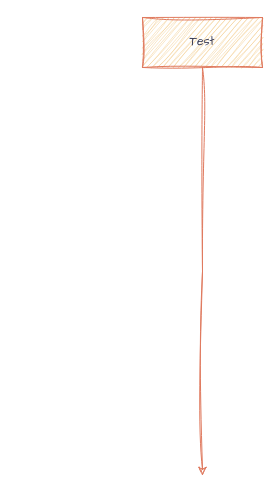
Before: MondayRMMain.drawio in willlogs/mondaycharts, a draw.io diagram. Source tidied: cells renumbered, new cells numbered last; positions are measured from the earlier drawing's top-left corner, leaving out a move shared by most shapes. Both pictures are drawn from the tidied source at 100%, with x=0, y=0 at pixel (142, 17).
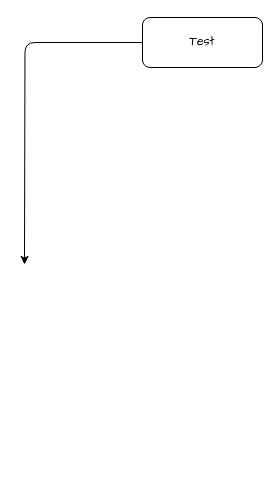
The same page after the edit.

Diff of the diagram source:
```diff
@@
 <mxGraphModel>
   <root>
     <mxCell id="0" />
     <mxCell id="1" parent="0" />
-    <mxCell id="2" style="edgeStyle=orthogonalEdgeStyle;rounded=0;sketch=1;hachureGap=4;jiggle=2;curveFitting=1;jettySize=auto;html=1;fontFamily=Architects Daughter;labelBackgroundColor=none;fontColor=default;strokeColor=#E07A5F;" parent="1" edge="1" source="3">
+    <mxCell id="2" style="edgeStyle=orthogonalEdgeStyle;rounded=1;hachureGap=4;jettySize=auto;html=1;fontFamily=Architects Daughter;labelBackgroundColor=none;fontColor=default;" parent="1" edge="1" source="3">
       <mxGeometry relative="1" as="geometry">
-        <mxPoint x="60" y="458" as="targetPoint" />
+        <mxPoint x="-118" y="247" as="targetPoint" />
       </mxGeometry>
     </mxCell>
-    <mxCell id="3" value="Test" style="rounded=0;whiteSpace=wrap;html=1;sketch=1;hachureGap=4;jiggle=2;curveFitting=1;fontFamily=Architects Daughter;labelBackgroundColor=none;fillColor=#F2CC8F;strokeColor=#E07A5F;fontColor=#393C56;" parent="1" vertex="1">
+    <mxCell id="3" value="Test" style="rounded=1;whiteSpace=wrap;html=1;hachureGap=4;fontFamily=Architects Daughter;labelBackgroundColor=none;" parent="1" vertex="1">
       <mxGeometry width="120" height="50" as="geometry" />
     </mxCell>
   </root>
 </mxGraphModel>
```
